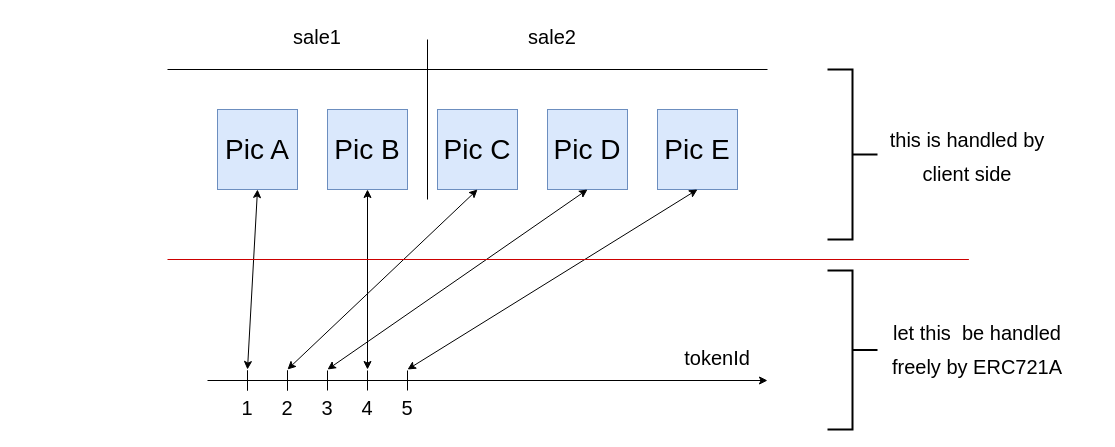
Earlier version of the draw.io diagram Untitled Diagram.drawio (Tung40194/draw.io). Source tidied: cells renumbered, new cells numbered last; positions are measured from the earlier drawing's top-left corner, leaving out a move shared by most shapes. Both pictures are drawn from the tidied source at 100%, with x=0, y=0 at pixel (167, 19).
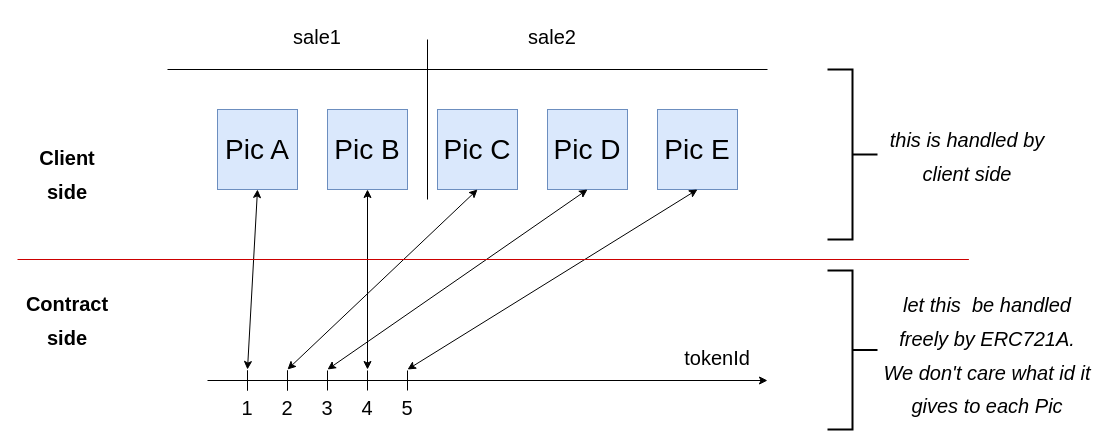
The same page after the edit.

Commit message:
multi minting condition.drawio

What changed in the source:
```diff
@@
     <mxCell id="28" style="endArrow=none;html=1;rounded=0;fontSize=28;fontColor=#000000;strokeColor=#CC0000;" parent="1" edge="1">
       <mxGeometry relative="1" as="geometry">
         <mxPoint x="801.4" y="240" as="sourcePoint" />
-        <mxPoint y="240" as="targetPoint" />
+        <mxPoint x="-150" y="240" as="targetPoint" />
       </mxGeometry>
     </mxCell>
@@
-    <mxCell id="31" value="&lt;span style=&quot;font-size: 20px;&quot;&gt;let this &amp;nbsp;be handled freely by ERC721A&lt;/span&gt;" style="text;html=1;strokeColor=none;fillColor=none;align=center;verticalAlign=middle;whiteSpace=wrap;rounded=0;fontSize=28;" parent="1" vertex="1">
-      <mxGeometry x="700" y="285.5" width="220" height="85.5" as="geometry" />
+    <mxCell id="31" value="&lt;span style=&quot;font-size: 20px;&quot;&gt;&lt;i&gt;let this &amp;nbsp;be handled freely by ERC721A. We&amp;nbsp;don't care what id it gives to each Pic&lt;/i&gt;&lt;/span&gt;" style="text;html=1;strokeColor=none;fillColor=none;align=center;verticalAlign=middle;whiteSpace=wrap;rounded=0;fontSize=28;" parent="1" vertex="1">
+      <mxGeometry x="710" y="266.5" width="220" height="134.5" as="geometry" />
     </mxCell>
-    <mxCell id="32" value="&lt;span style=&quot;font-size: 20px;&quot;&gt;this is handled by client side&lt;/span&gt;" style="text;html=1;strokeColor=none;fillColor=none;align=center;verticalAlign=middle;whiteSpace=wrap;rounded=0;fontSize=28;" parent="1" vertex="1">
+    <mxCell id="32" value="&lt;span style=&quot;font-size: 20px;&quot;&gt;&lt;i&gt;this is handled by client side&lt;/i&gt;&lt;/span&gt;" style="text;html=1;strokeColor=none;fillColor=none;align=center;verticalAlign=middle;whiteSpace=wrap;rounded=0;fontSize=28;" parent="1" vertex="1">
       <mxGeometry x="720" y="109.3" width="160" height="51.4" as="geometry" />
     </mxCell>
+    <mxCell id="33" value="&lt;font style=&quot;font-size: 20px;&quot;&gt;Client side&lt;/font&gt;" style="text;html=1;strokeColor=none;fillColor=none;align=center;verticalAlign=middle;whiteSpace=wrap;rounded=0;fontSize=28;fontStyle=1;" parent="1" vertex="1">
+      <mxGeometry x="-150" y="120" width="100" height="65" as="geometry" />
+    </mxCell>
+    <mxCell id="34" value="&lt;font style=&quot;font-size: 20px;&quot;&gt;Contract side&lt;/font&gt;" style="text;html=1;strokeColor=none;fillColor=none;align=center;verticalAlign=middle;whiteSpace=wrap;rounded=0;fontSize=28;fontStyle=1;" parent="1" vertex="1">
+      <mxGeometry x="-150" y="266.5" width="100" height="65" as="geometry" />
+    </mxCell>
```
